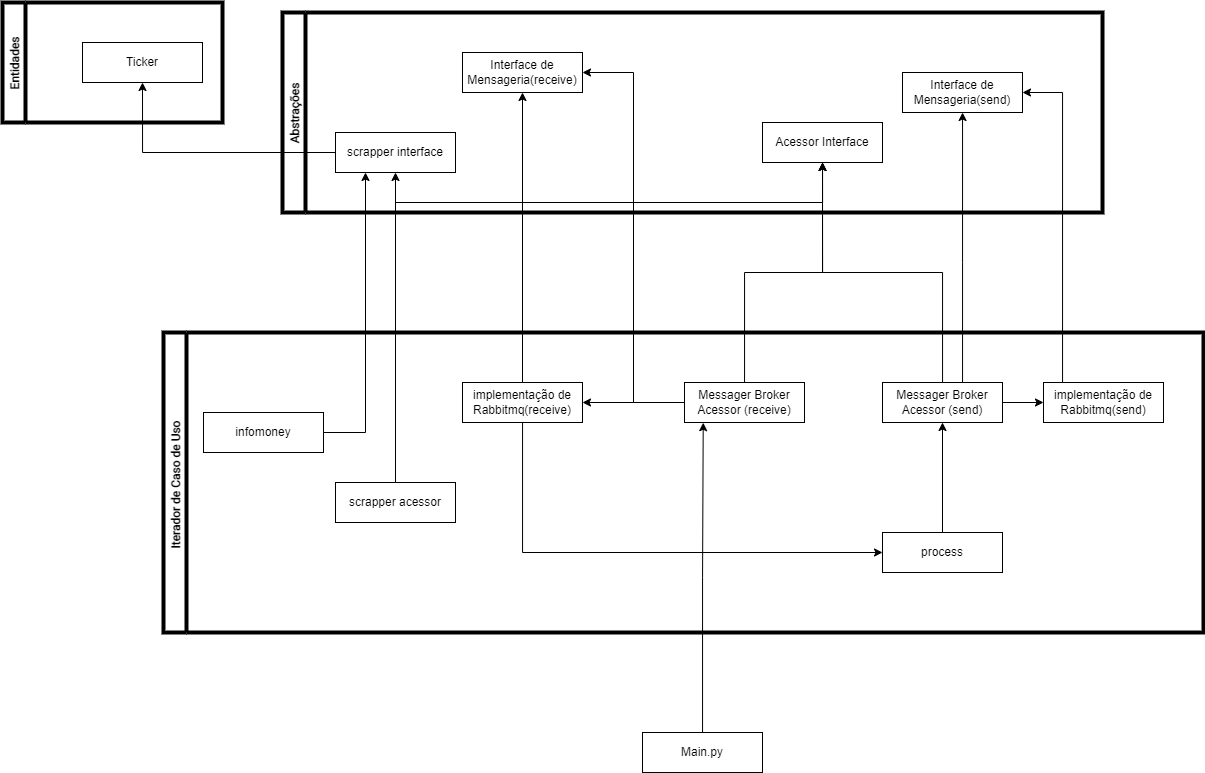
MekaMdan/FinanceAnalytics keeps this draw.io diagram as tickers-scrapper/docs/diagram.png. Above is the earlier version. Source tidied: cells renumbered, new cells last; positions are measured from the earlier drawing's top-left corner, leaving out a move shared by most shapes. The source it was exported from:
```xml
<mxGraphModel>
  <root>
    <mxCell id="0" />
    <mxCell id="1" parent="0" />
    <mxCell id="2" value="Ticker" style="rounded=0;whiteSpace=wrap;html=1;" parent="1" vertex="1">
      <mxGeometry x="80" y="40" width="120" height="40" as="geometry" />
    </mxCell>
    <mxCell id="3" style="edgeStyle=orthogonalEdgeStyle;rounded=0;jettySize=auto;html=1;entryX=0.156;entryY=1.005;entryDx=0;entryDy=0;entryPerimeter=0;" parent="1" edge="1" source="4" target="13">
      <mxGeometry relative="1" as="geometry" />
    </mxCell>
    <mxCell id="4" value="Main.py" style="rounded=0;whiteSpace=wrap;html=1;" parent="1" vertex="1">
      <mxGeometry x="640" y="730" width="120" height="40" as="geometry" />
    </mxCell>
    <mxCell id="5" value="Entidades" style="swimlane;horizontal=0;fontFamily=Roboto;fontSource=https%3A%2F%2Ffonts.googleapis.com%2Fcss%3Ffamily%3DRoboto;fontColor=#000000;strokeWidth=4;" parent="1" vertex="1">
      <mxGeometry width="220" height="120" as="geometry" />
    </mxCell>
    <mxCell id="6" value="Abstrações" style="swimlane;horizontal=0;fontFamily=Roboto;fontSource=https%3A%2F%2Ffonts.googleapis.com%2Fcss%3Ffamily%3DRoboto;fontColor=#000000;strokeWidth=4;" parent="1" vertex="1">
      <mxGeometry x="280" y="10" width="820" height="200" as="geometry" />
    </mxCell>
    <mxCell id="7" value="scrapper interface" style="rounded=0;whiteSpace=wrap;html=1;" parent="6" vertex="1">
      <mxGeometry x="53" y="120" width="120" height="40" as="geometry" />
    </mxCell>
    <mxCell id="8" value="Interface de Mensageria(receive)" style="rounded=0;whiteSpace=wrap;html=1;" parent="6" vertex="1">
      <mxGeometry x="180" y="40" width="120" height="40" as="geometry" />
    </mxCell>
    <mxCell id="9" value="Acessor Interface" style="rounded=0;whiteSpace=wrap;html=1;" parent="6" vertex="1">
      <mxGeometry x="480" y="110" width="120" height="40" as="geometry" />
    </mxCell>
    <mxCell id="10" value="Interface de Mensageria(send)" style="rounded=0;whiteSpace=wrap;html=1;" parent="6" vertex="1">
      <mxGeometry x="620" y="60" width="120" height="40" as="geometry" />
    </mxCell>
    <mxCell id="11" value="Iterador de Caso de Uso " style="swimlane;horizontal=0;fontFamily=Roboto;fontSource=https%3A%2F%2Ffonts.googleapis.com%2Fcss%3Ffamily%3DRoboto;fontColor=#000000;strokeWidth=4;" parent="1" vertex="1">
      <mxGeometry x="161" y="330" width="1040" height="300" as="geometry" />
    </mxCell>
    <mxCell id="12" style="edgeStyle=orthogonalEdgeStyle;rounded=0;jettySize=auto;html=1;entryX=1;entryY=0.5;entryDx=0;entryDy=0;" parent="11" edge="1" source="13" target="20">
      <mxGeometry relative="1" as="geometry" />
    </mxCell>
    <mxCell id="13" value="Messager Broker Acessor (receive)" style="rounded=0;whiteSpace=wrap;html=1;" parent="11" vertex="1">
      <mxGeometry x="521" y="50" width="120" height="40" as="geometry" />
    </mxCell>
    <mxCell id="14" style="edgeStyle=orthogonalEdgeStyle;rounded=0;jettySize=auto;html=1;entryX=0;entryY=0.5;entryDx=0;entryDy=0;" parent="11" edge="1" source="15" target="17">
      <mxGeometry relative="1" as="geometry" />
    </mxCell>
    <mxCell id="15" value="Messager Broker Acessor (send)" style="rounded=0;whiteSpace=wrap;html=1;" parent="11" vertex="1">
      <mxGeometry x="719" y="50" width="120" height="40" as="geometry" />
    </mxCell>
    <mxCell id="16" value="scrapper acessor" style="rounded=0;whiteSpace=wrap;html=1;" parent="11" vertex="1">
      <mxGeometry x="172" y="150" width="120" height="40" as="geometry" />
    </mxCell>
    <mxCell id="17" value="implementação de Rabbitmq(send)" style="rounded=0;whiteSpace=wrap;html=1;" parent="11" vertex="1">
      <mxGeometry x="880" y="50" width="120" height="40" as="geometry" />
    </mxCell>
    <mxCell id="18" value="infomoney" style="rounded=0;whiteSpace=wrap;html=1;" parent="11" vertex="1">
      <mxGeometry x="40" y="80" width="120" height="40" as="geometry" />
    </mxCell>
    <mxCell id="19" style="edgeStyle=orthogonalEdgeStyle;rounded=0;jettySize=auto;html=1;entryX=0;entryY=0.5;entryDx=0;entryDy=0;" parent="11" edge="1" source="20" target="22">
      <mxGeometry relative="1" as="geometry">
        <Array as="points">
          <mxPoint x="359" y="220" />
        </Array>
      </mxGeometry>
    </mxCell>
    <mxCell id="20" value="implementação de Rabbitmq(receive)" style="rounded=0;whiteSpace=wrap;html=1;" parent="11" vertex="1">
      <mxGeometry x="299" y="50" width="120" height="40" as="geometry" />
    </mxCell>
    <mxCell id="21" style="edgeStyle=orthogonalEdgeStyle;rounded=0;jettySize=auto;html=1;entryX=0.5;entryY=1;entryDx=0;entryDy=0;" parent="11" edge="1" source="22" target="15">
      <mxGeometry relative="1" as="geometry" />
    </mxCell>
    <mxCell id="22" value="process" style="rounded=0;whiteSpace=wrap;html=1;" parent="11" vertex="1">
      <mxGeometry x="719" y="200" width="120" height="40" as="geometry" />
    </mxCell>
    <mxCell id="23" style="edgeStyle=orthogonalEdgeStyle;rounded=0;jettySize=auto;html=1;entryX=0.5;entryY=1;entryDx=0;entryDy=0;" parent="1" edge="1" source="7" target="2">
      <mxGeometry relative="1" as="geometry" />
    </mxCell>
    <mxCell id="24" style="edgeStyle=orthogonalEdgeStyle;rounded=0;jettySize=auto;html=1;entryX=0.5;entryY=1;entryDx=0;entryDy=0;" parent="1" edge="1" source="16" target="7">
      <mxGeometry relative="1" as="geometry" />
    </mxCell>
    <mxCell id="25" style="edgeStyle=orthogonalEdgeStyle;rounded=0;jettySize=auto;html=1;" parent="1" edge="1" source="16" target="9">
      <mxGeometry relative="1" as="geometry">
        <Array as="points">
          <mxPoint x="393" y="200" />
          <mxPoint x="820" y="200" />
        </Array>
      </mxGeometry>
    </mxCell>
    <mxCell id="26" style="edgeStyle=orthogonalEdgeStyle;rounded=0;jettySize=auto;html=1;entryX=0.25;entryY=1;entryDx=0;entryDy=0;" parent="1" edge="1" source="18" target="7">
      <mxGeometry relative="1" as="geometry" />
    </mxCell>
    <mxCell id="27" style="edgeStyle=orthogonalEdgeStyle;rounded=0;jettySize=auto;html=1;entryX=0.5;entryY=1;entryDx=0;entryDy=0;" parent="1" edge="1" source="15" target="9">
      <mxGeometry relative="1" as="geometry" />
    </mxCell>
    <mxCell id="28" style="edgeStyle=orthogonalEdgeStyle;rounded=0;jettySize=auto;html=1;entryX=0.5;entryY=1;entryDx=0;entryDy=0;" parent="1" edge="1" source="13" target="9">
      <mxGeometry relative="1" as="geometry" />
    </mxCell>
    <mxCell id="29" style="edgeStyle=orthogonalEdgeStyle;rounded=0;jettySize=auto;html=1;" parent="1" edge="1" source="20" target="8">
      <mxGeometry relative="1" as="geometry" />
    </mxCell>
    <mxCell id="30" style="edgeStyle=orthogonalEdgeStyle;rounded=0;jettySize=auto;html=1;entryX=1;entryY=0.5;entryDx=0;entryDy=0;" parent="1" edge="1" source="13" target="8">
      <mxGeometry relative="1" as="geometry" />
    </mxCell>
    <mxCell id="31" style="edgeStyle=orthogonalEdgeStyle;rounded=0;jettySize=auto;html=1;entryX=1;entryY=0.5;entryDx=0;entryDy=0;" parent="1" edge="1" source="17" target="10">
      <mxGeometry relative="1" as="geometry">
        <Array as="points">
          <mxPoint x="1060" y="90" />
        </Array>
      </mxGeometry>
    </mxCell>
    <mxCell id="32" style="edgeStyle=orthogonalEdgeStyle;rounded=0;jettySize=auto;html=1;" parent="1" edge="1" source="15" target="10">
      <mxGeometry relative="1" as="geometry">
        <Array as="points">
          <mxPoint x="960" y="260" />
          <mxPoint x="960" y="260" />
        </Array>
      </mxGeometry>
    </mxCell>
  </root>
</mxGraphModel>
```
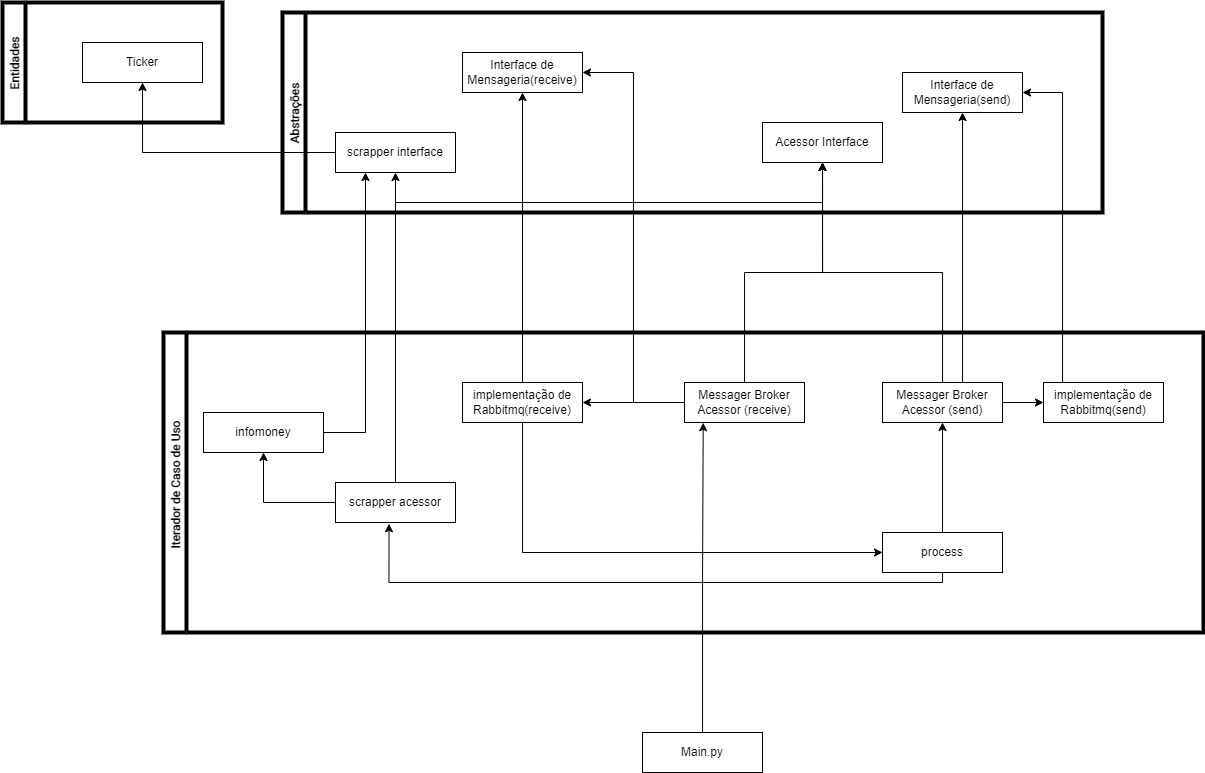
The same diagram one commit later.

Commit message:
refactor: add a few changes in the diagram

The edit, as a diff of the source:
```diff
@@ -44,6 +44,9 @@
     <mxCell id="15" value="Messager Broker Acessor (send)" style="rounded=0;whiteSpace=wrap;html=1;" parent="11" vertex="1">
       <mxGeometry x="719" y="50" width="120" height="40" as="geometry" />
     </mxCell>
+    <mxCell id="33" style="edgeStyle=orthogonalEdgeStyle;rounded=0;jettySize=auto;html=1;entryX=0.5;entryY=1;entryDx=0;entryDy=0;" parent="11" edge="1" source="16" target="18">
+      <mxGeometry relative="1" as="geometry" />
+    </mxCell>
     <mxCell id="16" value="scrapper acessor" style="rounded=0;whiteSpace=wrap;html=1;" parent="11" vertex="1">
       <mxGeometry x="172" y="150" width="120" height="40" as="geometry" />
     </mxCell>
@@ -66,6 +69,14 @@
     <mxCell id="21" style="edgeStyle=orthogonalEdgeStyle;rounded=0;jettySize=auto;html=1;entryX=0.5;entryY=1;entryDx=0;entryDy=0;" parent="11" edge="1" source="22" target="15">
       <mxGeometry relative="1" as="geometry" />
     </mxCell>
+    <mxCell id="34" style="edgeStyle=orthogonalEdgeStyle;rounded=0;jettySize=auto;html=1;entryX=0.446;entryY=1.032;entryDx=0;entryDy=0;entryPerimeter=0;" parent="11" edge="1" source="22" target="16">
+      <mxGeometry relative="1" as="geometry">
+        <Array as="points">
+          <mxPoint x="779" y="250" />
+          <mxPoint x="225" y="250" />
+        </Array>
+      </mxGeometry>
+    </mxCell>
     <mxCell id="22" value="process" style="rounded=0;whiteSpace=wrap;html=1;" parent="11" vertex="1">
       <mxGeometry x="719" y="200" width="120" height="40" as="geometry" />
     </mxCell>
```
